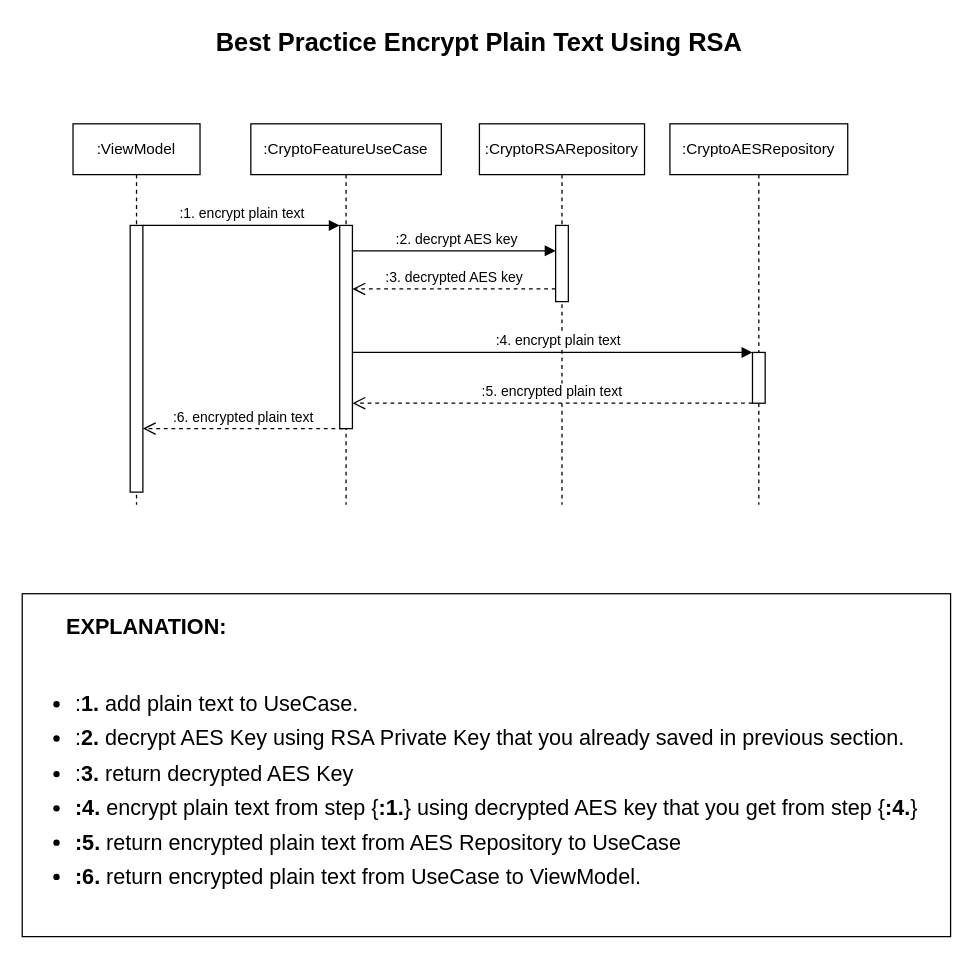
This is Best Practice/Best Practice Crypto RSA Kotlin.drawio from fadlurahmanfdev/draw_io, a draw.io file, before an edit. Source tidied: cells renumbered, new cells numbered last; positions are measured from the earlier drawing's top-left corner, leaving out a move shared by most shapes. Both pictures are drawn from the tidied source at 127%, with x=0, y=0 at pixel (22, 22).
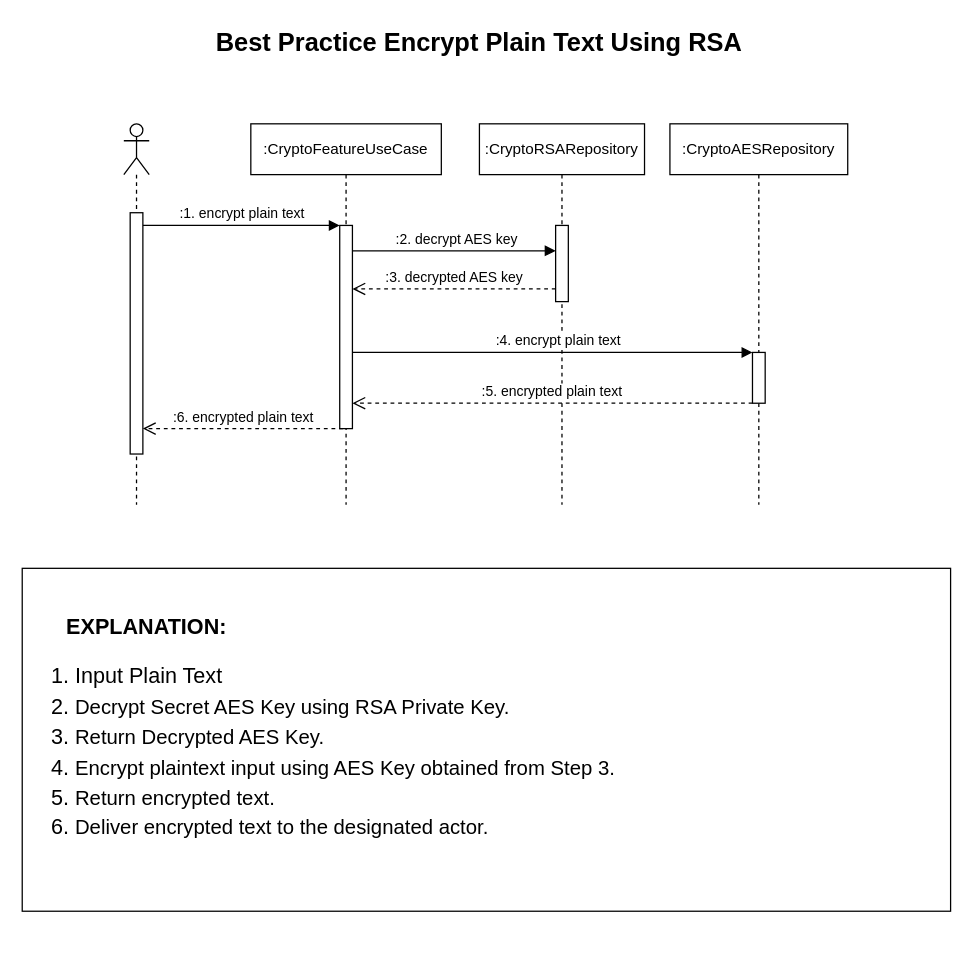
The same page after the edit.

Change to the diagram source:
```diff
@@
-    <mxCell id="2" value=":ViewModel" style="shape=umlLifeline;perimeter=lifelinePerimeter;whiteSpace=wrap;html=1;newEdgeStyle={&quot;curved&quot;:0,&quot;rounded&quot;:0};" parent="1" vertex="1">
-      <mxGeometry x="40" y="80" width="100" height="300" as="geometry" />
-    </mxCell>
-    <mxCell id="3" style="html=1;points=[[0,0,0,0,5],[0,1,0,0,-5],[1,0,0,0,5],[1,1,0,0,-5]];perimeter=orthogonalPerimeter;outlineConnect=0;targetShapes=umlLifeline;portConstraint=eastwest;newEdgeStyle={&quot;curved&quot;:0,&quot;rounded&quot;:0};" parent="2" vertex="1">
-      <mxGeometry x="45" y="80" width="10" height="210" as="geometry" />
-    </mxCell>
@@
-    <mxCell id="15" value=":6. encrypted plain text" style="html=1;verticalAlign=bottom;endArrow=open;dashed=1;endSize=8;curved=0;rounded=0;" parent="1" edge="1" target="3">
+    <mxCell id="15" value=":6. encrypted plain text" style="html=1;verticalAlign=bottom;endArrow=open;dashed=1;endSize=8;curved=0;rounded=0;" parent="1" edge="1">
       <mxGeometry relative="1" as="geometry">
         <mxPoint x="252.5" y="320" as="sourcePoint" />
+        <mxPoint x="95" y="320" as="targetPoint" />
       </mxGeometry>
     </mxCell>
@@
-    <mxCell id="17" value="&lt;font style=&quot;font-size: 17px;&quot;&gt;&lt;b style=&quot;&quot;&gt;&amp;nbsp; &amp;nbsp; &amp;nbsp; &amp;nbsp;EXPLANATION&lt;span style=&quot;background-color: rgb(255, 255, 255);&quot;&gt;:&lt;/span&gt;&lt;br&gt;&lt;/b&gt;&lt;br&gt;&lt;ul style=&quot;background-color: rgb(255, 255, 255); line-height: 160%;&quot;&gt;&lt;li style=&quot;&quot;&gt;:&lt;b&gt;1.&lt;/b&gt; add plain text to UseCase.&lt;/li&gt;&lt;li style=&quot;border-color: var(--border-color);&quot;&gt;:&lt;b style=&quot;border-color: var(--border-color);&quot;&gt;2.&lt;/b&gt;&amp;nbsp;decrypt AES Key using RSA Private Key that you already saved in previous section.&lt;/li&gt;&lt;li style=&quot;&quot;&gt;:&lt;b&gt;3.&lt;/b&gt; return decrypted AES Key&lt;/li&gt;&lt;li style=&quot;&quot;&gt;&lt;b&gt;:4.&lt;/b&gt; encrypt plain text from step {&lt;b&gt;:1.&lt;/b&gt;} using decrypted AES key that you get from step {&lt;b&gt;:4.&lt;/b&gt;}&lt;/li&gt;&lt;li style=&quot;&quot;&gt;&lt;b&gt;:5. &lt;/b&gt;return encrypted plain text from AES Repository to UseCase&lt;/li&gt;&lt;li style=&quot;&quot;&gt;&lt;b style=&quot;&quot;&gt;:6. &lt;/b&gt;return encrypted plain text from UseCase to ViewModel.&lt;/li&gt;&lt;/ul&gt;&lt;/font&gt;" style="text;html=1;align=left;verticalAlign=middle;whiteSpace=wrap;rounded=0;fillColor=#ffffff;strokeColor=default;" parent="1" vertex="1">
-      <mxGeometry y="450" width="731" height="270" as="geometry" />
+    <mxCell id="17" value="&lt;font style=&quot;font-size: 17px;&quot;&gt;&lt;b style=&quot;&quot;&gt;&amp;nbsp; &amp;nbsp; &amp;nbsp; &amp;nbsp;EXPLANATION&lt;span style=&quot;background-color: rgb(255, 255, 255);&quot;&gt;:&lt;/span&gt;&lt;/b&gt;&lt;br&gt;&lt;ol style=&quot;line-height: 140%;&quot;&gt;&lt;li&gt;&lt;span style=&quot;background-color: rgb(255, 255, 255);&quot;&gt;Input Plain Text&lt;/span&gt;&lt;br&gt;&lt;/li&gt;&lt;li&gt;&lt;span style=&quot;background-color: rgb(255, 255, 255);&quot;&gt;&lt;span style=&quot;font-size: medium;&quot;&gt;Decrypt Secret AES Key using RSA Private Key.&amp;nbsp;&lt;/span&gt;&lt;br&gt;&lt;/span&gt;&lt;/li&gt;&lt;li&gt;&lt;span style=&quot;background-color: rgb(255, 255, 255);&quot;&gt;&lt;span style=&quot;font-size: medium;&quot;&gt;Return Decrypted AES Key.&lt;br&gt;&lt;/span&gt;&lt;/span&gt;&lt;/li&gt;&lt;li&gt;&lt;span style=&quot;background-color: rgb(255, 255, 255);&quot;&gt;&lt;span style=&quot;font-size: medium;&quot;&gt;Encrypt plaintext input using AES Key obtained from Step 3.&lt;br&gt;&lt;/span&gt;&lt;/span&gt;&lt;/li&gt;&lt;li&gt;&lt;span style=&quot;background-color: rgb(255, 255, 255);&quot;&gt;&lt;span style=&quot;font-size: medium;&quot;&gt;Return encrypted text.&lt;br&gt;&lt;/span&gt;&lt;/span&gt;&lt;/li&gt;&lt;li&gt;&lt;span style=&quot;background-color: rgb(255, 255, 255);&quot;&gt;&lt;span style=&quot;font-size: medium;&quot;&gt;Deliver encrypted text to the designated actor.&lt;/span&gt;&lt;/span&gt;&lt;/li&gt;&lt;/ol&gt;&lt;/font&gt;" style="text;html=1;align=left;verticalAlign=middle;whiteSpace=wrap;rounded=0;fillColor=#ffffff;strokeColor=default;" parent="1" vertex="1">
+      <mxGeometry y="430" width="731" height="270" as="geometry" />
     </mxCell>
+    <mxCell id="18" style="shape=umlLifeline;perimeter=lifelinePerimeter;whiteSpace=wrap;html=1;newEdgeStyle={&quot;curved&quot;:0,&quot;rounded&quot;:0};participant=umlActor;" parent="1" vertex="1">
+      <mxGeometry x="80" y="80" width="20" height="300" as="geometry" />
+    </mxCell>
+    <mxCell id="19" style="html=1;perimeter=orthogonalPerimeter;targetShapes=umlLifeline;newEdgeStyle={&quot;curved&quot;:0,&quot;rounded&quot;:0};" parent="18" vertex="1">
+      <mxGeometry x="5" y="70" width="10" height="190" as="geometry" />
+    </mxCell>
```
